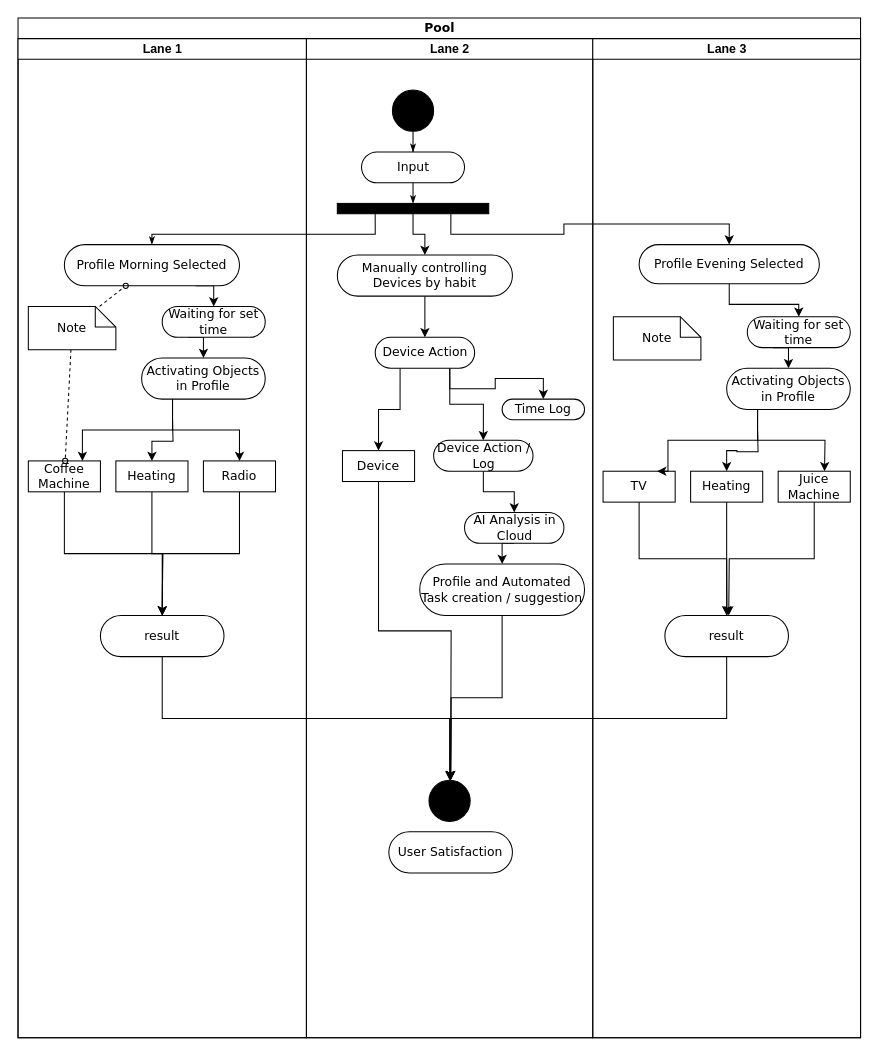
This is Ideate/Activity-Diagram.drawio from TheRealTRY1NG/LF7, a draw.io file, before an edit. Source tidied: cells renumbered, new cells numbered last; positions are measured from the earlier drawing's top-left corner, leaving out a move shared by most shapes. Both pictures are drawn from the tidied source at 103%, with x=0, y=0 at pixel (18, 18).
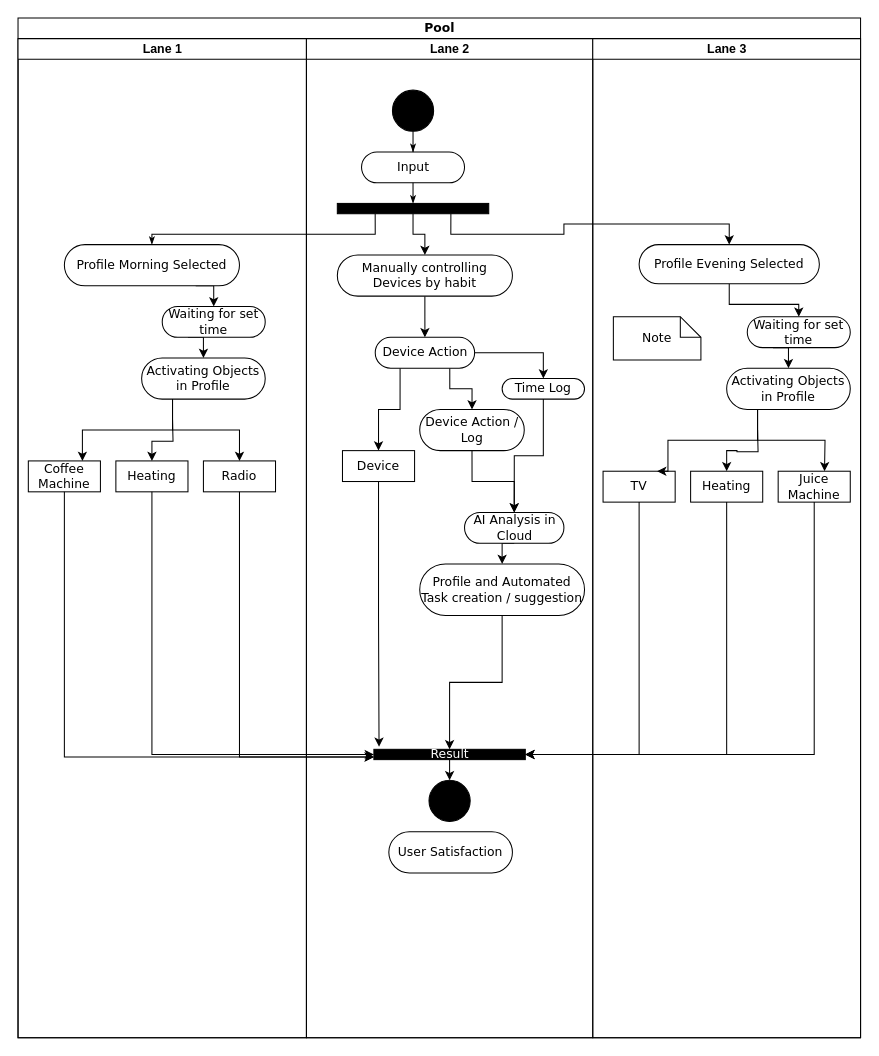
The same page after the edit.

The change refers to these unchanged cells:
```xml
<mxCell id="2" value="Pool" style="swimlane;html=1;startSize=20;rounded=0;shadow=0;comic=0;labelBackgroundColor=none;strokeWidth=1;fontFamily=Verdana;fontSize=12;align=center;" parent="1" vertex="1">
  <mxGeometry width="818" height="990" as="geometry" />
</mxCell>
<mxCell id="3" value="Lane 1" style="swimlane;html=1;startSize=20;" parent="2" vertex="1">
  <mxGeometry y="20" width="280" height="970" as="geometry" />
</mxCell>
<mxCell id="5" value="Profile Morning Selected" style="rounded=1;whiteSpace=wrap;html=1;shadow=0;comic=0;labelBackgroundColor=none;strokeWidth=1;fontFamily=Verdana;fontSize=12;align=center;arcSize=50;" parent="3" vertex="1">
  <mxGeometry x="45" y="200" width="170" height="40" as="geometry" />
</mxCell>
<mxCell id="7" value="Coffee Machine" style="rounded=0;whiteSpace=wrap;html=1;shadow=0;comic=0;labelBackgroundColor=none;strokeWidth=1;fontFamily=Verdana;fontSize=12;align=center;arcSize=50;" parent="3" vertex="1">
  <mxGeometry x="10" y="410" width="70" height="30" as="geometry" />
</mxCell>
<mxCell id="18" value="Heating" style="rounded=0;whiteSpace=wrap;html=1;shadow=0;comic=0;labelBackgroundColor=none;strokeWidth=1;fontFamily=Verdana;fontSize=12;align=center;arcSize=50;" parent="3" vertex="1">
  <mxGeometry x="95" y="410" width="70" height="30" as="geometry" />
</mxCell>
<mxCell id="20" value="Radio" style="rounded=0;whiteSpace=wrap;html=1;shadow=0;comic=0;labelBackgroundColor=none;strokeWidth=1;fontFamily=Verdana;fontSize=12;align=center;arcSize=50;" parent="3" vertex="1">
  <mxGeometry x="180" y="410" width="70" height="30" as="geometry" />
</mxCell>
<mxCell id="24" value="Lane 2" style="swimlane;html=1;startSize=20;" parent="2" vertex="1">
  <mxGeometry x="280" y="20" width="278" height="970" as="geometry" />
</mxCell>
<mxCell id="39" value="Device Action" style="rounded=1;whiteSpace=wrap;html=1;shadow=0;comic=0;labelBackgroundColor=none;strokeWidth=1;fontFamily=Verdana;fontSize=12;align=center;arcSize=50;" parent="24" vertex="1">
  <mxGeometry x="66.8" y="290" width="96.5" height="30" as="geometry" />
</mxCell>
<mxCell id="41" value="AI Analysis in Cloud" style="rounded=1;whiteSpace=wrap;html=1;shadow=0;comic=0;labelBackgroundColor=none;strokeWidth=1;fontFamily=Verdana;fontSize=12;align=center;arcSize=50;" parent="24" vertex="1">
  <mxGeometry x="153.5" y="460" width="96.5" height="30" as="geometry" />
</mxCell>
<mxCell id="43" value="Device" style="rounded=0;whiteSpace=wrap;html=1;shadow=0;comic=0;labelBackgroundColor=none;strokeWidth=1;fontFamily=Verdana;fontSize=12;align=center;arcSize=50;" parent="24" vertex="1">
  <mxGeometry x="35" y="400" width="70" height="30" as="geometry" />
</mxCell>
<mxCell id="44" style="ellipse;whiteSpace=wrap;html=1;rounded=0;shadow=0;comic=0;labelBackgroundColor=none;strokeWidth=1;fillColor=#000000;fontFamily=Verdana;fontSize=12;align=center;" parent="24" vertex="1">
  <mxGeometry x="119" y="720" width="40" height="40" as="geometry" />
</mxCell>
<mxCell id="46" value="Profile and Automated Task creation / suggestion" style="rounded=1;whiteSpace=wrap;html=1;shadow=0;comic=0;labelBackgroundColor=none;strokeWidth=1;fontFamily=Verdana;fontSize=12;align=center;arcSize=50;" parent="24" vertex="1">
  <mxGeometry x="110" y="510" width="160" height="50" as="geometry" />
</mxCell>
<mxCell id="48" value="Lane 3" style="swimlane;html=1;startSize=20;" parent="2" vertex="1">
  <mxGeometry x="558" y="20" width="260" height="970" as="geometry" />
</mxCell>
<mxCell id="52" value="TV" style="rounded=0;whiteSpace=wrap;html=1;shadow=0;comic=0;labelBackgroundColor=none;strokeWidth=1;fontFamily=Verdana;fontSize=12;align=center;arcSize=50;" parent="48" vertex="1">
  <mxGeometry x="10" y="420" width="70" height="30" as="geometry" />
</mxCell>
<mxCell id="61" value="Heating" style="rounded=0;whiteSpace=wrap;html=1;shadow=0;comic=0;labelBackgroundColor=none;strokeWidth=1;fontFamily=Verdana;fontSize=12;align=center;arcSize=50;" parent="48" vertex="1">
  <mxGeometry x="95" y="420" width="70" height="30" as="geometry" />
</mxCell>
<mxCell id="63" value="Juice Machine" style="rounded=0;whiteSpace=wrap;html=1;shadow=0;comic=0;labelBackgroundColor=none;strokeWidth=1;fontFamily=Verdana;fontSize=12;align=center;arcSize=50;" parent="48" vertex="1">
  <mxGeometry x="180" y="420" width="70" height="30" as="geometry" />
</mxCell>
```

What changed in the source:
```diff
@@
-    <mxCell id="6" style="edgeStyle=orthogonalEdgeStyle;rounded=0;jettySize=auto;html=1;exitX=0.5;exitY=1;exitDx=0;exitDy=0;entryX=0.5;entryY=0;entryDx=0;entryDy=0;" parent="3" edge="1" source="7" target="22">
-      <mxGeometry relative="1" as="geometry" />
-    </mxCell>
@@
-    <mxCell id="8" style="edgeStyle=none;rounded=0;html=1;labelBackgroundColor=none;startArrow=none;startFill=0;startSize=5;endArrow=oval;endFill=0;endSize=5;jettySize=auto;strokeWidth=1;fontFamily=Verdana;fontSize=12;dashed=1;" parent="3" edge="1" source="10" target="5">
-      <mxGeometry relative="1" as="geometry" />
-    </mxCell>
-    <mxCell id="9" style="edgeStyle=none;rounded=0;html=1;dashed=1;labelBackgroundColor=none;startArrow=none;startFill=0;startSize=5;endArrow=oval;endFill=0;endSize=5;jettySize=auto;strokeWidth=1;fontFamily=Verdana;fontSize=12;" parent="3" edge="1" source="10" target="7">
-      <mxGeometry relative="1" as="geometry" />
-    </mxCell>
-    <mxCell id="10" value="Note" style="shape=note;whiteSpace=wrap;html=1;rounded=0;shadow=0;comic=0;labelBackgroundColor=none;strokeWidth=1;fontFamily=Verdana;fontSize=12;align=center;size=20;" parent="3" vertex="1">
-      <mxGeometry x="10" y="260" width="85" height="42" as="geometry" />
-    </mxCell>
@@
-    <mxCell id="17" style="edgeStyle=orthogonalEdgeStyle;rounded=0;jettySize=auto;html=1;exitX=0.5;exitY=1;exitDx=0;exitDy=0;" parent="3" edge="1" source="18">
-      <mxGeometry relative="1" as="geometry">
-        <mxPoint x="140" y="560" as="targetPoint" />
-      </mxGeometry>
-    </mxCell>
@@
-    <mxCell id="19" style="edgeStyle=orthogonalEdgeStyle;rounded=0;jettySize=auto;html=1;exitX=0.5;exitY=1;exitDx=0;exitDy=0;" parent="3" edge="1" source="20">
-      <mxGeometry relative="1" as="geometry">
-        <mxPoint x="140" y="560" as="targetPoint" />
-      </mxGeometry>
-    </mxCell>
@@
-    <mxCell id="21" style="edgeStyle=orthogonalEdgeStyle;rounded=0;jettySize=auto;html=1;exitX=0.5;exitY=1;exitDx=0;exitDy=0;" parent="3" edge="1" source="22">
-      <mxGeometry relative="1" as="geometry">
-        <mxPoint x="420" y="720" as="targetPoint" />
-      </mxGeometry>
-    </mxCell>
-    <mxCell id="22" value="result" style="rounded=1;whiteSpace=wrap;html=1;shadow=0;comic=0;labelBackgroundColor=none;strokeWidth=1;fontFamily=Verdana;fontSize=12;align=center;arcSize=50;" parent="3" vertex="1">
-      <mxGeometry x="80" y="560" width="120" height="40" as="geometry" />
-    </mxCell>
@@
+    <mxCell id="67" style="edgeStyle=orthogonalEdgeStyle;rounded=0;jettySize=auto;html=1;exitX=0.5;exitY=1;exitDx=0;exitDy=0;entryX=0.5;entryY=0;entryDx=0;entryDy=0;" parent="24" edge="1" source="33" target="41">
+      <mxGeometry relative="1" as="geometry" />
+    </mxCell>
     <mxCell id="33" value="Time Log" style="rounded=1;whiteSpace=wrap;html=1;shadow=0;comic=0;labelBackgroundColor=none;strokeWidth=1;fontFamily=Verdana;fontSize=12;align=center;arcSize=50;" parent="24" vertex="1">
-      <mxGeometry x="190" y="350" width="80" height="20" as="geometry" />
+      <mxGeometry x="190" y="330" width="80" height="20" as="geometry" />
     </mxCell>
@@
     <mxCell id="35" value="Device Action / Log" style="rounded=1;whiteSpace=wrap;html=1;shadow=0;comic=0;labelBackgroundColor=none;strokeWidth=1;fontFamily=Verdana;fontSize=12;align=center;arcSize=50;" parent="24" vertex="1">
-      <mxGeometry x="123.5" y="390" width="96.5" height="30" as="geometry" />
+      <mxGeometry x="110" y="360" width="101.5" height="40" as="geometry" />
     </mxCell>
@@
+    <mxCell id="38" style="edgeStyle=orthogonalEdgeStyle;rounded=0;jettySize=auto;html=1;exitX=0.25;exitY=1;exitDx=0;exitDy=0;entryX=0.5;entryY=0;entryDx=0;entryDy=0;" parent="24" edge="1" source="39" target="43">
+      <mxGeometry relative="1" as="geometry" />
+    </mxCell>
-    <mxCell id="37" style="edgeStyle=orthogonalEdgeStyle;rounded=0;jettySize=auto;html=1;exitX=0.75;exitY=1;exitDx=0;exitDy=0;entryX=0.5;entryY=0;entryDx=0;entryDy=0;" parent="24" edge="1" source="39" target="33">
+    <mxCell id="37" style="edgeStyle=orthogonalEdgeStyle;rounded=0;jettySize=auto;html=1;exitX=1;exitY=0.5;exitDx=0;exitDy=0;entryX=0.5;entryY=0;entryDx=0;entryDy=0;" parent="24" edge="1" source="39" target="33">
       <mxGeometry relative="1" as="geometry" />
     </mxCell>
-    <mxCell id="38" style="edgeStyle=orthogonalEdgeStyle;rounded=0;jettySize=auto;html=1;exitX=0.25;exitY=1;exitDx=0;exitDy=0;entryX=0.5;entryY=0;entryDx=0;entryDy=0;" parent="24" edge="1" source="39" target="43">
-      <mxGeometry relative="1" as="geometry" />
-    </mxCell>
@@
-    <mxCell id="42" style="edgeStyle=orthogonalEdgeStyle;rounded=0;jettySize=auto;html=1;exitX=0.5;exitY=1;exitDx=0;exitDy=0;" parent="24" edge="1" source="43">
-      <mxGeometry relative="1" as="geometry">
-        <mxPoint x="140" y="720" as="targetPoint" />
-      </mxGeometry>
-    </mxCell>
@@
-    <mxCell id="45" style="edgeStyle=orthogonalEdgeStyle;rounded=0;jettySize=auto;html=1;exitX=0.5;exitY=1;exitDx=0;exitDy=0;" parent="24" edge="1" source="46">
-      <mxGeometry relative="1" as="geometry">
-        <mxPoint x="140" y="720" as="targetPoint" />
-      </mxGeometry>
-    </mxCell>
+    <mxCell id="68" style="edgeStyle=orthogonalEdgeStyle;rounded=0;jettySize=auto;html=1;exitX=0.5;exitY=1;exitDx=0;exitDy=0;entryX=0.5;entryY=0;entryDx=0;entryDy=0;" parent="24" edge="1" source="46" target="70">
+      <mxGeometry relative="1" as="geometry" />
+    </mxCell>
@@
+    <mxCell id="69" style="edgeStyle=orthogonalEdgeStyle;rounded=0;jettySize=auto;html=1;exitX=0.5;exitY=1;exitDx=0;exitDy=0;entryX=0.5;entryY=0;entryDx=0;entryDy=0;" parent="24" edge="1" source="70" target="44">
+      <mxGeometry relative="1" as="geometry" />
+    </mxCell>
+    <mxCell id="70" value="&lt;font color=&quot;#ffffff&quot;&gt;Result&lt;/font&gt;" style="whiteSpace=wrap;html=1;rounded=0;shadow=0;comic=0;labelBackgroundColor=none;strokeWidth=1;fillColor=#000000;fontFamily=Verdana;fontSize=12;align=center;rotation=0;" parent="24" vertex="1">
+      <mxGeometry x="65.5" y="690" width="147" height="10" as="geometry" />
+    </mxCell>
+    <mxCell id="71" style="edgeStyle=orthogonalEdgeStyle;rounded=0;jettySize=auto;html=1;exitX=0.5;exitY=1;exitDx=0;exitDy=0;entryX=0.034;entryY=-0.248;entryDx=0;entryDy=0;entryPerimeter=0;" parent="24" edge="1" source="43" target="70">
+      <mxGeometry relative="1" as="geometry" />
+    </mxCell>
@@
-    <mxCell id="51" style="edgeStyle=orthogonalEdgeStyle;rounded=0;jettySize=auto;html=1;exitX=0.5;exitY=1;exitDx=0;exitDy=0;entryX=0.5;entryY=0;entryDx=0;entryDy=0;" parent="48" edge="1" source="52" target="64">
-      <mxGeometry relative="1" as="geometry" />
-    </mxCell>
@@
-    <mxCell id="60" style="edgeStyle=orthogonalEdgeStyle;rounded=0;jettySize=auto;html=1;exitX=0.5;exitY=1;exitDx=0;exitDy=0;" parent="48" edge="1" source="61">
-      <mxGeometry relative="1" as="geometry">
-        <mxPoint x="130.3" y="560" as="targetPoint" />
-      </mxGeometry>
-    </mxCell>
@@
-    <mxCell id="62" style="edgeStyle=orthogonalEdgeStyle;rounded=0;jettySize=auto;html=1;exitX=0.5;exitY=1;exitDx=0;exitDy=0;" parent="48" edge="1" source="63">
-      <mxGeometry relative="1" as="geometry">
-        <mxPoint x="132" y="560" as="targetPoint" />
-      </mxGeometry>
-    </mxCell>
@@
-    <mxCell id="64" value="result" style="rounded=1;whiteSpace=wrap;html=1;shadow=0;comic=0;labelBackgroundColor=none;strokeWidth=1;fontFamily=Verdana;fontSize=12;align=center;arcSize=50;" parent="48" vertex="1">
-      <mxGeometry x="70" y="560" width="120" height="40" as="geometry" />
-    </mxCell>
@@
-    <mxCell id="66" style="edgeStyle=orthogonalEdgeStyle;rounded=0;jettySize=auto;html=1;exitX=0.5;exitY=1;exitDx=0;exitDy=0;entryX=0.5;entryY=0;entryDx=0;entryDy=0;" parent="2" edge="1" source="64" target="44">
-      <mxGeometry relative="1" as="geometry" />
-    </mxCell>
+    <mxCell id="72" style="edgeStyle=orthogonalEdgeStyle;rounded=0;jettySize=auto;html=1;exitX=0.5;exitY=1;exitDx=0;exitDy=0;entryX=0;entryY=0.75;entryDx=0;entryDy=0;" parent="2" edge="1" source="7" target="70">
+      <mxGeometry relative="1" as="geometry" />
+    </mxCell>
+    <mxCell id="73" style="edgeStyle=orthogonalEdgeStyle;rounded=0;jettySize=auto;html=1;exitX=0.5;exitY=1;exitDx=0;exitDy=0;entryX=0;entryY=0.5;entryDx=0;entryDy=0;" parent="2" edge="1" source="18" target="70">
+      <mxGeometry relative="1" as="geometry" />
+    </mxCell>
+    <mxCell id="74" style="edgeStyle=orthogonalEdgeStyle;rounded=0;jettySize=auto;html=1;exitX=0.5;exitY=1;exitDx=0;exitDy=0;entryX=0;entryY=0.75;entryDx=0;entryDy=0;" parent="2" edge="1" source="20" target="70">
+      <mxGeometry relative="1" as="geometry" />
+    </mxCell>
+    <mxCell id="75" style="edgeStyle=orthogonalEdgeStyle;rounded=0;jettySize=auto;html=1;exitX=0.5;exitY=1;exitDx=0;exitDy=0;entryX=1;entryY=0.5;entryDx=0;entryDy=0;" parent="2" edge="1" source="52" target="70">
+      <mxGeometry relative="1" as="geometry" />
+    </mxCell>
+    <mxCell id="76" style="edgeStyle=orthogonalEdgeStyle;rounded=0;jettySize=auto;html=1;exitX=0.5;exitY=1;exitDx=0;exitDy=0;entryX=1;entryY=0.5;entryDx=0;entryDy=0;" parent="2" edge="1" source="61" target="70">
+      <mxGeometry relative="1" as="geometry" />
+    </mxCell>
+    <mxCell id="77" style="edgeStyle=orthogonalEdgeStyle;rounded=0;jettySize=auto;html=1;exitX=0.5;exitY=1;exitDx=0;exitDy=0;entryX=1;entryY=0.5;entryDx=0;entryDy=0;" parent="2" edge="1" source="63" target="70">
+      <mxGeometry relative="1" as="geometry" />
+    </mxCell>
```
